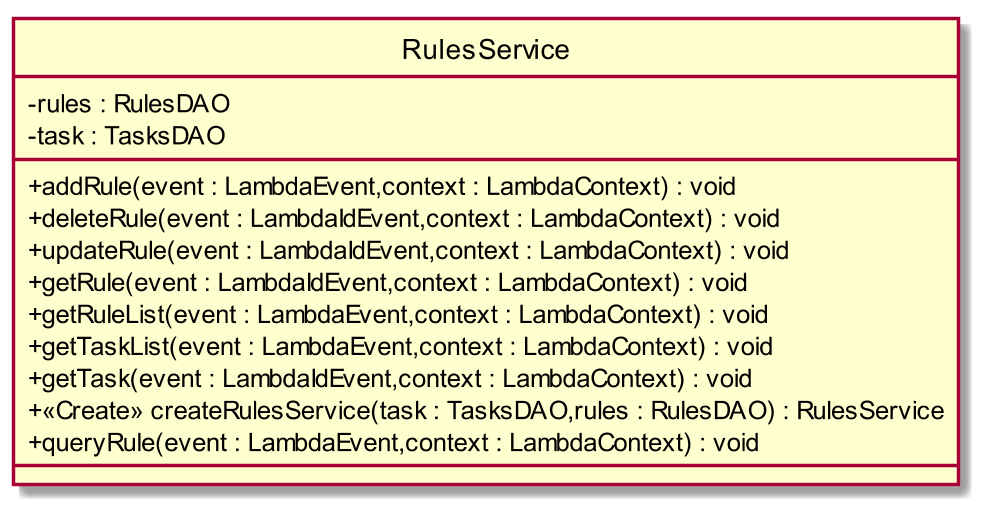
Above: RP/Esterni/DefinizioneDiProdotto/images/ClassRulesService.png in CoCodeSWE/Docs (PlantUML), before the change.
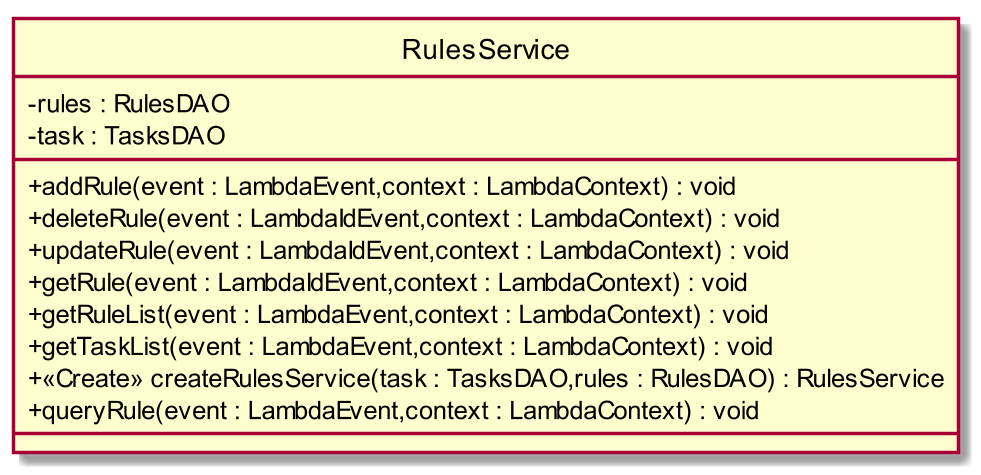
Above is the later version.

The edit, as a diff of the source:
```diff
@@ -11,7 +11,6 @@
 + getRule(event : LambdaIdEvent,context : LambdaContext) : void
 + getRuleList(event : LambdaEvent,context : LambdaContext) : void
 + getTaskList(event : LambdaEvent,context : LambdaContext) : void
-+ getTask(event : LambdaIdEvent,context : LambdaContext) : void
 + <<Create>> createRulesService(task : TasksDAO,rules : RulesDAO) : RulesService
 + queryRule(event : LambdaEvent,context : LambdaContext) : void
 __
```
